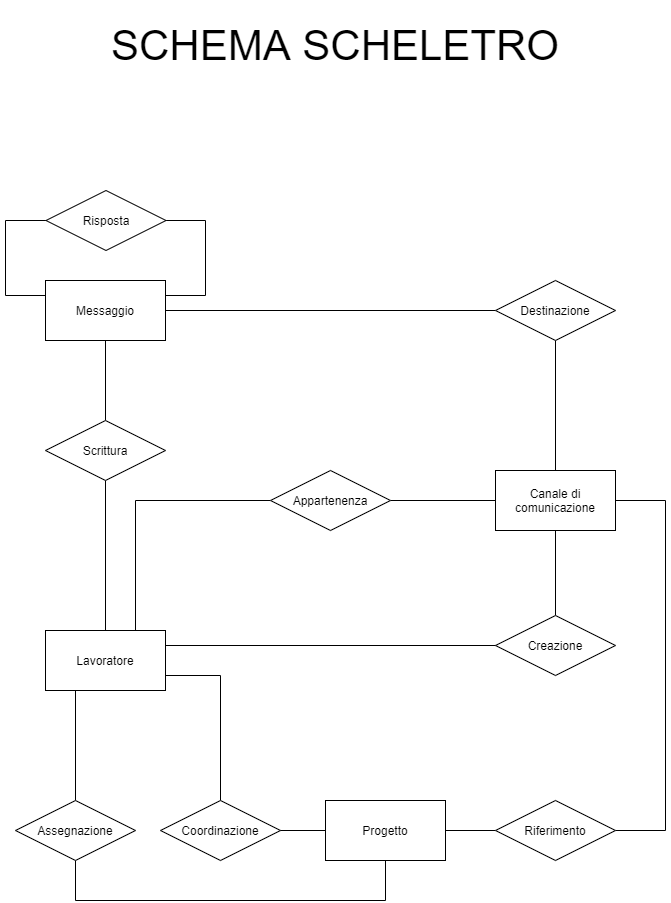
The draw.io diagram Relazione/Schema ER/scheletro-base.png in martafra/BD-Chat-Multicanale, before a commit. Source tidied: cells renumbered, new cells last; positions are measured from the earlier drawing's top-left corner, leaving out a move shared by most shapes. Source of this version:
```xml
<mxGraphModel>
  <root>
    <mxCell id="0" />
    <mxCell id="1" parent="0" />
    <mxCell id="2" style="edgeStyle=orthogonalEdgeStyle;rounded=0;jettySize=auto;html=1;entryX=0;entryY=0.5;entryDx=0;entryDy=0;endArrow=none;endFill=0;exitX=0.75;exitY=0;exitDx=0;exitDy=0;" parent="1" edge="1" source="20" target="12">
      <mxGeometry relative="1" as="geometry" />
    </mxCell>
    <mxCell id="3" style="edgeStyle=orthogonalEdgeStyle;rounded=0;jettySize=auto;html=1;exitX=0.5;exitY=0;exitDx=0;exitDy=0;entryX=0.5;entryY=1;entryDx=0;entryDy=0;endArrow=none;endFill=0;" parent="1" edge="1" source="4" target="5">
      <mxGeometry relative="1" as="geometry" />
    </mxCell>
    <mxCell id="4" value="Creazione" style="shape=rhombus;perimeter=rhombusPerimeter;whiteSpace=wrap;html=1;align=center;" parent="1" vertex="1">
      <mxGeometry x="495" y="615" width="120" height="60" as="geometry" />
    </mxCell>
    <mxCell id="5" value="Canale di comunicazione" style="rounded=0;whiteSpace=wrap;html=1;" parent="1" vertex="1">
      <mxGeometry x="495" y="470" width="120" height="60" as="geometry" />
    </mxCell>
    <mxCell id="6" style="edgeStyle=orthogonalEdgeStyle;rounded=0;jettySize=auto;html=1;exitX=0.5;exitY=1;exitDx=0;exitDy=0;entryX=0.5;entryY=0;entryDx=0;entryDy=0;endArrow=none;endFill=0;" parent="1" edge="1" source="8" target="10">
      <mxGeometry relative="1" as="geometry" />
    </mxCell>
    <mxCell id="7" style="edgeStyle=orthogonalEdgeStyle;rounded=0;jettySize=auto;html=1;exitX=0;exitY=0.25;exitDx=0;exitDy=0;entryX=0;entryY=0.5;entryDx=0;entryDy=0;endArrow=none;endFill=0;" parent="1" edge="1" source="8" target="18">
      <mxGeometry relative="1" as="geometry">
        <Array as="points">
          <mxPoint x="5" y="295" />
          <mxPoint x="5" y="220" />
        </Array>
      </mxGeometry>
    </mxCell>
    <mxCell id="8" value="Messaggio" style="rounded=0;whiteSpace=wrap;html=1;" parent="1" vertex="1">
      <mxGeometry x="45" y="280" width="120" height="60" as="geometry" />
    </mxCell>
    <mxCell id="9" style="edgeStyle=orthogonalEdgeStyle;rounded=0;jettySize=auto;html=1;exitX=0.5;exitY=1;exitDx=0;exitDy=0;entryX=0.5;entryY=0;entryDx=0;entryDy=0;endArrow=none;endFill=0;" parent="1" edge="1" source="10" target="20">
      <mxGeometry relative="1" as="geometry" />
    </mxCell>
    <mxCell id="10" value="Scrittura" style="shape=rhombus;perimeter=rhombusPerimeter;whiteSpace=wrap;html=1;align=center;" parent="1" vertex="1">
      <mxGeometry x="45" y="420" width="120" height="60" as="geometry" />
    </mxCell>
    <mxCell id="11" style="edgeStyle=orthogonalEdgeStyle;rounded=0;jettySize=auto;html=1;exitX=1;exitY=0.5;exitDx=0;exitDy=0;entryX=0;entryY=0.5;entryDx=0;entryDy=0;endArrow=none;endFill=0;" parent="1" edge="1" source="12" target="5">
      <mxGeometry relative="1" as="geometry" />
    </mxCell>
    <mxCell id="12" value="Appartenenza" style="shape=rhombus;perimeter=rhombusPerimeter;whiteSpace=wrap;html=1;align=center;" parent="1" vertex="1">
      <mxGeometry x="270" y="470" width="120" height="60" as="geometry" />
    </mxCell>
    <mxCell id="13" style="edgeStyle=orthogonalEdgeStyle;rounded=0;jettySize=auto;html=1;exitX=0;exitY=0.5;exitDx=0;exitDy=0;endArrow=none;endFill=0;" parent="1" edge="1" source="15" target="8">
      <mxGeometry relative="1" as="geometry" />
    </mxCell>
    <mxCell id="14" style="edgeStyle=orthogonalEdgeStyle;rounded=0;jettySize=auto;html=1;exitX=0.5;exitY=1;exitDx=0;exitDy=0;endArrow=none;endFill=0;" parent="1" edge="1" source="15" target="5">
      <mxGeometry relative="1" as="geometry" />
    </mxCell>
    <mxCell id="15" value="Destinazione" style="shape=rhombus;perimeter=rhombusPerimeter;whiteSpace=wrap;html=1;align=center;" parent="1" vertex="1">
      <mxGeometry x="495" y="280" width="120" height="60" as="geometry" />
    </mxCell>
    <mxCell id="16" value="SCHEMA SCHELETRO" style="text;html=1;strokeColor=none;fillColor=none;align=center;verticalAlign=middle;whiteSpace=wrap;rounded=0;fontSize=42;" parent="1" vertex="1">
      <mxGeometry width="670" height="90" as="geometry" />
    </mxCell>
    <mxCell id="17" style="edgeStyle=orthogonalEdgeStyle;rounded=0;jettySize=auto;html=1;exitX=1;exitY=0.5;exitDx=0;exitDy=0;entryX=1;entryY=0.25;entryDx=0;entryDy=0;endArrow=none;endFill=0;" parent="1" edge="1" source="18" target="8">
      <mxGeometry relative="1" as="geometry">
        <Array as="points">
          <mxPoint x="205" y="220" />
          <mxPoint x="205" y="295" />
        </Array>
      </mxGeometry>
    </mxCell>
    <mxCell id="18" value="Risposta" style="shape=rhombus;perimeter=rhombusPerimeter;whiteSpace=wrap;html=1;align=center;" parent="1" vertex="1">
      <mxGeometry x="45.5" y="190" width="120" height="60" as="geometry" />
    </mxCell>
    <mxCell id="19" style="edgeStyle=orthogonalEdgeStyle;rounded=0;jettySize=auto;html=1;exitX=0.25;exitY=1;exitDx=0;exitDy=0;entryX=0.5;entryY=0;entryDx=0;entryDy=0;endArrow=none;endFill=0;" parent="1" edge="1" source="20" target="26">
      <mxGeometry relative="1" as="geometry">
        <Array as="points">
          <mxPoint x="75" y="800" />
        </Array>
      </mxGeometry>
    </mxCell>
    <mxCell id="20" value="Lavoratore" style="rounded=0;whiteSpace=wrap;html=1;" parent="1" vertex="1">
      <mxGeometry x="45" y="630" width="120" height="60" as="geometry" />
    </mxCell>
    <mxCell id="21" style="edgeStyle=orthogonalEdgeStyle;rounded=0;jettySize=auto;html=1;exitX=1;exitY=0.25;exitDx=0;exitDy=0;entryX=0;entryY=0.5;entryDx=0;entryDy=0;endArrow=none;endFill=0;" parent="1" edge="1" source="20" target="4">
      <mxGeometry relative="1" as="geometry">
        <Array as="points">
          <mxPoint x="495" y="645" />
        </Array>
      </mxGeometry>
    </mxCell>
    <mxCell id="22" style="edgeStyle=orthogonalEdgeStyle;rounded=0;jettySize=auto;html=1;exitX=1;exitY=0.75;exitDx=0;exitDy=0;endArrow=none;endFill=0;entryX=0.5;entryY=0;entryDx=0;entryDy=0;" parent="1" edge="1" source="20" target="28">
      <mxGeometry relative="1" as="geometry" />
    </mxCell>
    <mxCell id="23" style="edgeStyle=orthogonalEdgeStyle;rounded=0;jettySize=auto;html=1;exitX=1;exitY=0.5;exitDx=0;exitDy=0;entryX=0;entryY=0.5;entryDx=0;entryDy=0;endArrow=none;endFill=0;" parent="1" edge="1" source="24" target="30">
      <mxGeometry relative="1" as="geometry" />
    </mxCell>
    <mxCell id="24" value="Progetto" style="rounded=0;whiteSpace=wrap;html=1;" parent="1" vertex="1">
      <mxGeometry x="325" y="800" width="120" height="60" as="geometry" />
    </mxCell>
    <mxCell id="25" style="edgeStyle=orthogonalEdgeStyle;rounded=0;jettySize=auto;html=1;exitX=0.5;exitY=1;exitDx=0;exitDy=0;entryX=0.5;entryY=1;entryDx=0;entryDy=0;endArrow=none;endFill=0;" parent="1" edge="1" source="26" target="24">
      <mxGeometry relative="1" as="geometry">
        <Array as="points">
          <mxPoint x="75" y="900" />
          <mxPoint x="385" y="900" />
        </Array>
      </mxGeometry>
    </mxCell>
    <mxCell id="26" value="Assegnazione" style="shape=rhombus;perimeter=rhombusPerimeter;whiteSpace=wrap;html=1;align=center;" parent="1" vertex="1">
      <mxGeometry x="15" y="800" width="120" height="60" as="geometry" />
    </mxCell>
    <mxCell id="27" style="edgeStyle=orthogonalEdgeStyle;rounded=0;jettySize=auto;html=1;exitX=1;exitY=0.5;exitDx=0;exitDy=0;entryX=0;entryY=0.5;entryDx=0;entryDy=0;endArrow=none;endFill=0;" parent="1" edge="1" source="28" target="24">
      <mxGeometry relative="1" as="geometry" />
    </mxCell>
    <mxCell id="28" value="Coordinazione" style="shape=rhombus;perimeter=rhombusPerimeter;whiteSpace=wrap;html=1;align=center;" parent="1" vertex="1">
      <mxGeometry x="160" y="800" width="120" height="60" as="geometry" />
    </mxCell>
    <mxCell id="29" style="edgeStyle=orthogonalEdgeStyle;rounded=0;jettySize=auto;html=1;exitX=1;exitY=0.5;exitDx=0;exitDy=0;entryX=1;entryY=0.5;entryDx=0;entryDy=0;endArrow=none;endFill=0;" parent="1" edge="1" source="30" target="5">
      <mxGeometry relative="1" as="geometry">
        <Array as="points">
          <mxPoint x="665" y="830" />
          <mxPoint x="665" y="500" />
        </Array>
      </mxGeometry>
    </mxCell>
    <mxCell id="30" value="Riferimento" style="shape=rhombus;perimeter=rhombusPerimeter;whiteSpace=wrap;html=1;align=center;" parent="1" vertex="1">
      <mxGeometry x="495" y="800" width="120" height="60" as="geometry" />
    </mxCell>
  </root>
</mxGraphModel>
```
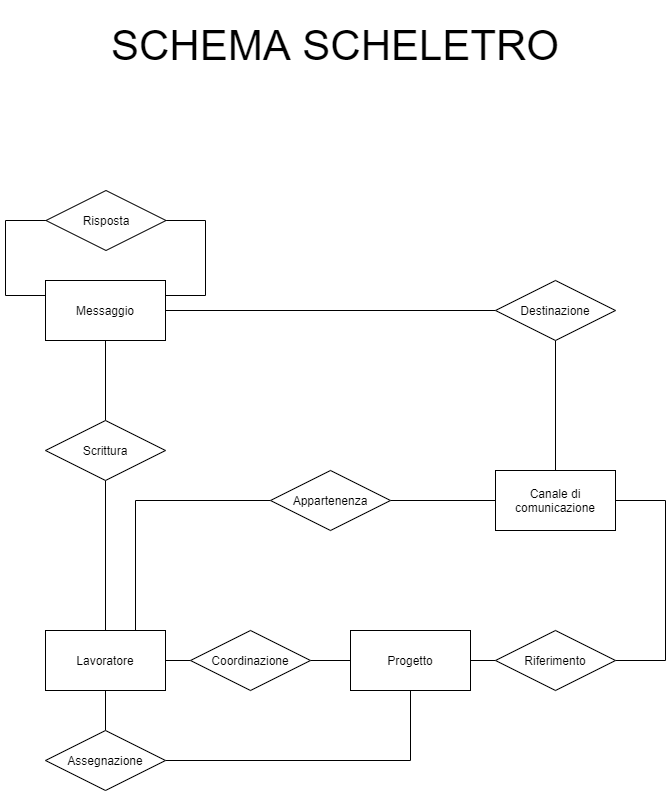
The same file after the commit.

Commit message:
rimozione dalla progettazione della relazione "creazione" relativa ai canali di comunicazione

What changed in the source:
```diff
@@ -5,12 +5,6 @@
     <mxCell id="2" style="edgeStyle=orthogonalEdgeStyle;rounded=0;jettySize=auto;html=1;entryX=0;entryY=0.5;entryDx=0;entryDy=0;endArrow=none;endFill=0;exitX=0.75;exitY=0;exitDx=0;exitDy=0;" parent="1" edge="1" source="20" target="12">
       <mxGeometry relative="1" as="geometry" />
     </mxCell>
-    <mxCell id="3" style="edgeStyle=orthogonalEdgeStyle;rounded=0;jettySize=auto;html=1;exitX=0.5;exitY=0;exitDx=0;exitDy=0;entryX=0.5;entryY=1;entryDx=0;entryDy=0;endArrow=none;endFill=0;" parent="1" edge="1" source="4" target="5">
-      <mxGeometry relative="1" as="geometry" />
-    </mxCell>
-    <mxCell id="4" value="Creazione" style="shape=rhombus;perimeter=rhombusPerimeter;whiteSpace=wrap;html=1;align=center;" parent="1" vertex="1">
-      <mxGeometry x="495" y="615" width="120" height="60" as="geometry" />
-    </mxCell>
     <mxCell id="5" value="Canale di comunicazione" style="rounded=0;whiteSpace=wrap;html=1;" parent="1" vertex="1">
       <mxGeometry x="495" y="470" width="120" height="60" as="geometry" />
     </mxCell>
@@ -63,59 +57,47 @@
     <mxCell id="18" value="Risposta" style="shape=rhombus;perimeter=rhombusPerimeter;whiteSpace=wrap;html=1;align=center;" parent="1" vertex="1">
       <mxGeometry x="45.5" y="190" width="120" height="60" as="geometry" />
     </mxCell>
-    <mxCell id="19" style="edgeStyle=orthogonalEdgeStyle;rounded=0;jettySize=auto;html=1;exitX=0.25;exitY=1;exitDx=0;exitDy=0;entryX=0.5;entryY=0;entryDx=0;entryDy=0;endArrow=none;endFill=0;" parent="1" edge="1" source="20" target="26">
-      <mxGeometry relative="1" as="geometry">
-        <Array as="points">
-          <mxPoint x="75" y="800" />
-        </Array>
-      </mxGeometry>
-    </mxCell>
     <mxCell id="20" value="Lavoratore" style="rounded=0;whiteSpace=wrap;html=1;" parent="1" vertex="1">
       <mxGeometry x="45" y="630" width="120" height="60" as="geometry" />
     </mxCell>
-    <mxCell id="21" style="edgeStyle=orthogonalEdgeStyle;rounded=0;jettySize=auto;html=1;exitX=1;exitY=0.25;exitDx=0;exitDy=0;entryX=0;entryY=0.5;entryDx=0;entryDy=0;endArrow=none;endFill=0;" parent="1" edge="1" source="20" target="4">
-      <mxGeometry relative="1" as="geometry">
-        <Array as="points">
-          <mxPoint x="495" y="645" />
-        </Array>
-      </mxGeometry>
-    </mxCell>
-    <mxCell id="22" style="edgeStyle=orthogonalEdgeStyle;rounded=0;jettySize=auto;html=1;exitX=1;exitY=0.75;exitDx=0;exitDy=0;endArrow=none;endFill=0;entryX=0.5;entryY=0;entryDx=0;entryDy=0;" parent="1" edge="1" source="20" target="28">
+    <mxCell id="22" style="edgeStyle=orthogonalEdgeStyle;rounded=0;jettySize=auto;html=1;exitX=1;exitY=0.5;exitDx=0;exitDy=0;endArrow=none;endFill=0;entryX=0;entryY=0.5;entryDx=0;entryDy=0;" parent="1" edge="1" source="20" target="28">
       <mxGeometry relative="1" as="geometry" />
     </mxCell>
     <mxCell id="23" style="edgeStyle=orthogonalEdgeStyle;rounded=0;jettySize=auto;html=1;exitX=1;exitY=0.5;exitDx=0;exitDy=0;entryX=0;entryY=0.5;entryDx=0;entryDy=0;endArrow=none;endFill=0;" parent="1" edge="1" source="24" target="30">
       <mxGeometry relative="1" as="geometry" />
     </mxCell>
     <mxCell id="24" value="Progetto" style="rounded=0;whiteSpace=wrap;html=1;" parent="1" vertex="1">
-      <mxGeometry x="325" y="800" width="120" height="60" as="geometry" />
+      <mxGeometry x="350" y="630" width="120" height="60" as="geometry" />
     </mxCell>
-    <mxCell id="25" style="edgeStyle=orthogonalEdgeStyle;rounded=0;jettySize=auto;html=1;exitX=0.5;exitY=1;exitDx=0;exitDy=0;entryX=0.5;entryY=1;entryDx=0;entryDy=0;endArrow=none;endFill=0;" parent="1" edge="1" source="26" target="24">
+    <mxCell id="25" style="edgeStyle=orthogonalEdgeStyle;rounded=0;jettySize=auto;html=1;exitX=1;exitY=0.5;exitDx=0;exitDy=0;entryX=0.5;entryY=1;entryDx=0;entryDy=0;endArrow=none;endFill=0;" parent="1" edge="1" source="26" target="24">
       <mxGeometry relative="1" as="geometry">
         <Array as="points">
-          <mxPoint x="75" y="900" />
-          <mxPoint x="385" y="900" />
+          <mxPoint x="410" y="760" />
         </Array>
       </mxGeometry>
     </mxCell>
+    <mxCell id="31" style="edgeStyle=orthogonalEdgeStyle;rounded=0;jettySize=auto;html=1;exitX=0.5;exitY=0;exitDx=0;exitDy=0;entryX=0.5;entryY=1;entryDx=0;entryDy=0;endArrow=none;endFill=0;" parent="1" edge="1" source="26" target="20">
+      <mxGeometry relative="1" as="geometry" />
+    </mxCell>
     <mxCell id="26" value="Assegnazione" style="shape=rhombus;perimeter=rhombusPerimeter;whiteSpace=wrap;html=1;align=center;" parent="1" vertex="1">
-      <mxGeometry x="15" y="800" width="120" height="60" as="geometry" />
+      <mxGeometry x="45" y="730" width="120" height="60" as="geometry" />
     </mxCell>
     <mxCell id="27" style="edgeStyle=orthogonalEdgeStyle;rounded=0;jettySize=auto;html=1;exitX=1;exitY=0.5;exitDx=0;exitDy=0;entryX=0;entryY=0.5;entryDx=0;entryDy=0;endArrow=none;endFill=0;" parent="1" edge="1" source="28" target="24">
       <mxGeometry relative="1" as="geometry" />
     </mxCell>
     <mxCell id="28" value="Coordinazione" style="shape=rhombus;perimeter=rhombusPerimeter;whiteSpace=wrap;html=1;align=center;" parent="1" vertex="1">
-      <mxGeometry x="160" y="800" width="120" height="60" as="geometry" />
+      <mxGeometry x="190" y="630" width="120" height="60" as="geometry" />
     </mxCell>
     <mxCell id="29" style="edgeStyle=orthogonalEdgeStyle;rounded=0;jettySize=auto;html=1;exitX=1;exitY=0.5;exitDx=0;exitDy=0;entryX=1;entryY=0.5;entryDx=0;entryDy=0;endArrow=none;endFill=0;" parent="1" edge="1" source="30" target="5">
       <mxGeometry relative="1" as="geometry">
         <Array as="points">
-          <mxPoint x="665" y="830" />
+          <mxPoint x="665" y="660" />
           <mxPoint x="665" y="500" />
         </Array>
       </mxGeometry>
     </mxCell>
     <mxCell id="30" value="Riferimento" style="shape=rhombus;perimeter=rhombusPerimeter;whiteSpace=wrap;html=1;align=center;" parent="1" vertex="1">
-      <mxGeometry x="495" y="800" width="120" height="60" as="geometry" />
+      <mxGeometry x="495" y="630" width="120" height="60" as="geometry" />
     </mxCell>
   </root>
 </mxGraphModel>
```
